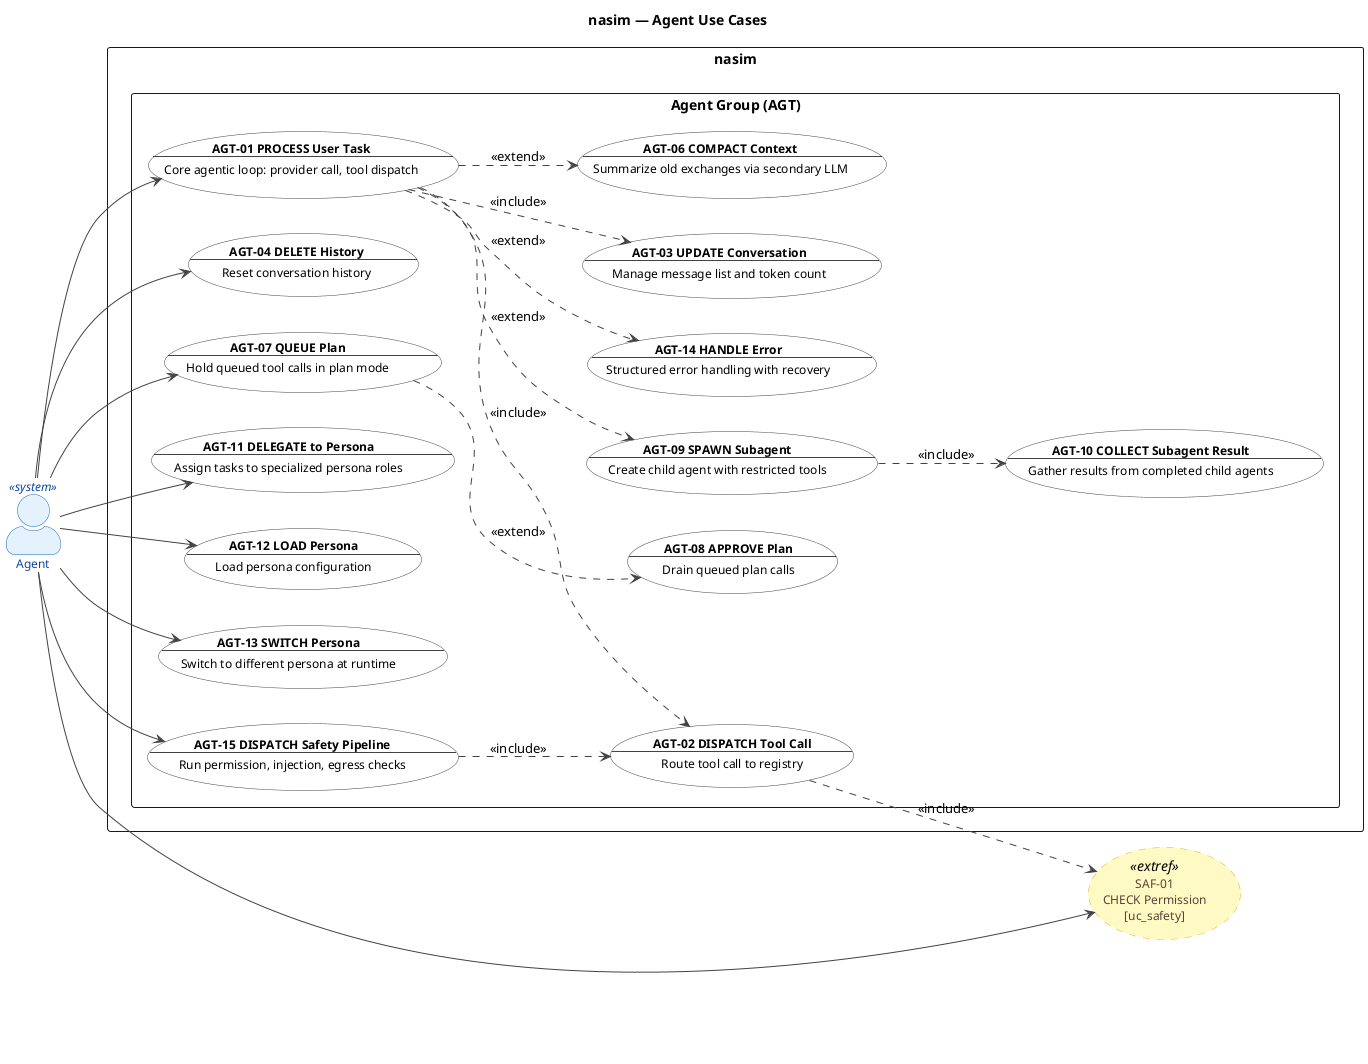
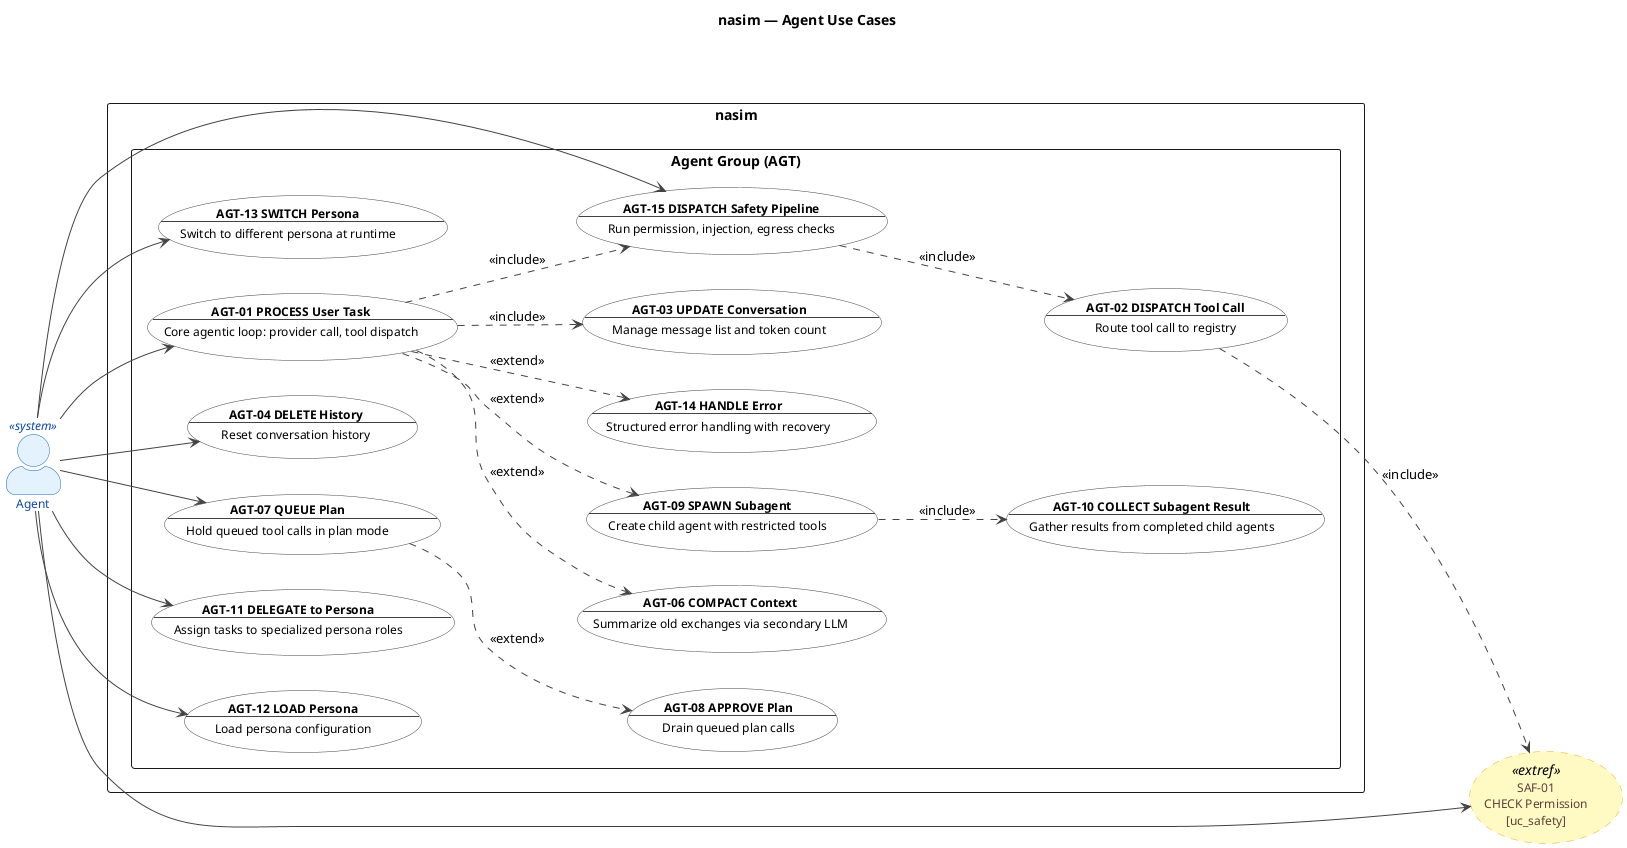
@startuml uc_agent

' ============================================================
' Title:     nasim — UC: Agent Group
' Group:     AGT (Agent Core)
' Boundary:  nasim code agent
' Purpose:   Core agentic loop, permissions, context, plans, subagents
' Milestone: v1.0
' Version:   6.0.0
' Source:    docs/ENTITIES.md
' Review:    docs/audit/audit.2026.06.20.uc-layer.car.md
' ============================================================

left to right direction

title nasim — Agent Use Cases

skinparam actorStyle awesome
skinparam packageStyle rectangle

skinparam usecase {
  BackgroundColor #FFFFFF
  BorderColor #424242
  FontColor #000000
  ArrowColor #424242
  FontSize 12
}

skinparam actor {
  BackgroundColor #E8EAF6
  BorderColor #3949AB
  FontColor #1A237E
  FontSize 12
}

skinparam actor<<system>> {
  BackgroundColor #E3F2FD
  BorderColor #1565C0
  FontColor #0D47A1
}

skinparam usecase<<extref>> {
  BackgroundColor #FFF9C4
  BorderColor #F9A825
  FontColor #5D4037
  BorderStyle dashed
}

' ============================================================
' Actors
' ============================================================

actor "Agent" as Agent <<system>>

' ============================================================
' Cross-Group External References
' ============================================================

usecase "SAF-01\nCHECK Permission\n[uc_safety]" as SAF01_ext <<extref>>

' ============================================================
' System Boundary
' ============================================================

rectangle "nasim" {
  package "Agent Group (AGT)" {
    usecase "**AGT-01 PROCESS User Task**\n--\nCore agentic loop: provider call, tool dispatch" as AGT01
    usecase "**AGT-02 DISPATCH Tool Call**\n--\nRoute tool call to registry" as AGT02
    usecase "**AGT-03 UPDATE Conversation**\n--\nManage message list and token count" as AGT03
    usecase "**AGT-04 DELETE History**\n--\nReset conversation history" as AGT04
    usecase "**AGT-06 COMPACT Context**\n--\nSummarize old exchanges via secondary LLM" as AGT06
    usecase "**AGT-07 QUEUE Plan**\n--\nHold queued tool calls in plan mode" as AGT07
    usecase "**AGT-08 APPROVE Plan**\n--\nDrain queued plan calls" as AGT08
    usecase "**AGT-09 SPAWN Subagent**\n--\nCreate child agent with restricted tools" as AGT09
    usecase "**AGT-10 COLLECT Subagent Result**\n--\nGather results from completed child agents" as AGT10
    usecase "**AGT-11 DELEGATE to Persona**\n--\nAssign tasks to specialized persona roles" as AGT11
    usecase "**AGT-12 LOAD Persona**\n--\nLoad persona configuration" as AGT12
    usecase "**AGT-13 SWITCH Persona**\n--\nSwitch to different persona at runtime" as AGT13
    usecase "**AGT-14 HANDLE Error**\n--\nStructured error handling with recovery" as AGT14
    usecase "**AGT-15 DISPATCH Safety Pipeline**\n--\nRun permission, injection, egress checks" as AGT15
  }
}

' ============================================================
' Actor -> Use Case Associations
' ============================================================

Agent --> AGT01
Agent --> AGT04
Agent --> AGT07
Agent --> AGT11
Agent --> AGT12
Agent --> AGT13
Agent --> AGT15
Agent --> SAF01_ext

' ============================================================
' Relationships
' ============================================================

- AGT01 ..> AGT02 : <<include>>
+ AGT01 ..> AGT15 : <<include>>
AGT01 ..> AGT03 : <<include>>
+ AGT15 ..> AGT02 : <<include>>
AGT02 ..> SAF01_ext : <<include>>
- AGT15 ..> AGT02 : <<include>>
AGT01 ..> AGT06 : <<extend>>
AGT07 ..> AGT08 : <<extend>>
AGT01 ..> AGT09 : <<extend>>
AGT09 ..> AGT10 : <<include>>
AGT01 ..> AGT14 : <<extend>>

@enduml
